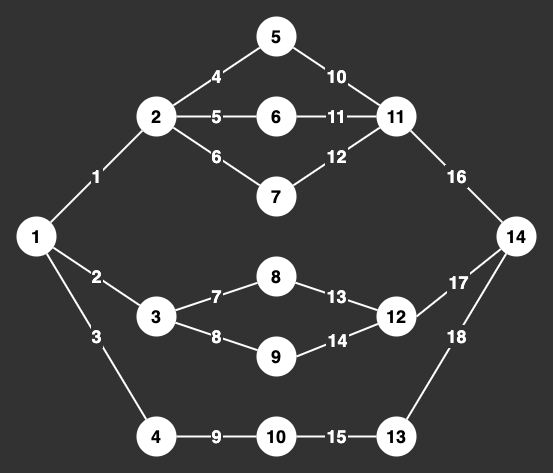
Before: tasks/task_02/graph.png, a diagram exported from draw.io (Friend-LGA/uni_course_cpp). Source tidied: cells renumbered, new cells last; positions are measured from the earlier drawing's top-left corner, leaving out a move shared by most shapes.
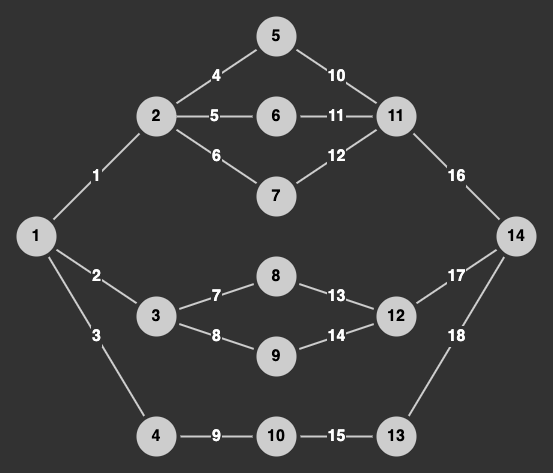
After the commit.

The edit, as a diff of the source:
```diff
@@ -2,100 +2,100 @@
   <root>
     <mxCell id="0" />
     <mxCell id="1" parent="0" />
-    <mxCell id="2" value="1" style="ellipse;whiteSpace=wrap;html=1;strokeColor=none;fontStyle=1;fontSize=18;" parent="1" vertex="1">
+    <mxCell id="2" value="1" style="ellipse;whiteSpace=wrap;html=1;strokeColor=none;fontStyle=1;fontSize=16;fillColor=#CDCDCD;" parent="1" vertex="1">
       <mxGeometry y="200" width="40" height="40" as="geometry" />
     </mxCell>
-    <mxCell id="3" value="4" style="edgeStyle=none;rounded=0;jettySize=auto;endArrow=none;endFill=0;fontSize=18;strokeWidth=2;strokeColor=#FFFFFF;labelBackgroundColor=#323232;fontColor=#FFFFFF;fontStyle=1;spacing=2;labelBorderColor=#323232;verticalAlign=middle;horizontal=1;html=1;shadow=0;" parent="1" edge="1" source="6" target="13">
+    <mxCell id="3" value="4" style="edgeStyle=none;rounded=0;jettySize=auto;endArrow=none;endFill=0;fontSize=16;strokeWidth=2;labelBackgroundColor=#323232;fontColor=#FFFFFF;fontStyle=1;spacing=2;labelBorderColor=#323232;verticalAlign=middle;horizontal=1;html=1;shadow=0;strokeColor=#CDCDCD;jumpSize=6;targetPerimeterSpacing=4;sourcePerimeterSpacing=4;" parent="1" edge="1" source="6" target="13">
       <mxGeometry relative="1" as="geometry" />
     </mxCell>
-    <mxCell id="4" value="5" style="edgeStyle=none;rounded=0;jettySize=auto;exitX=1;exitY=0.5;exitDx=0;exitDy=0;endArrow=none;endFill=0;fontSize=18;strokeWidth=2;strokeColor=#FFFFFF;labelBackgroundColor=#323232;fontColor=#FFFFFF;fontStyle=1;spacing=2;labelBorderColor=#323232;verticalAlign=middle;horizontal=1;html=1;shadow=0;" parent="1" edge="1" source="6" target="15">
+    <mxCell id="4" value="5" style="edgeStyle=none;rounded=0;jettySize=auto;exitX=1;exitY=0.5;exitDx=0;exitDy=0;endArrow=none;endFill=0;fontSize=16;strokeWidth=2;labelBackgroundColor=#323232;fontColor=#FFFFFF;fontStyle=1;spacing=2;labelBorderColor=#323232;verticalAlign=middle;horizontal=1;html=1;shadow=0;strokeColor=#CDCDCD;jumpSize=6;targetPerimeterSpacing=4;sourcePerimeterSpacing=4;" parent="1" edge="1" source="6" target="15">
       <mxGeometry relative="1" as="geometry" />
     </mxCell>
-    <mxCell id="5" value="6" style="edgeStyle=none;rounded=0;jettySize=auto;endArrow=none;endFill=0;fontSize=18;strokeWidth=2;strokeColor=#FFFFFF;labelBackgroundColor=#323232;fontColor=#FFFFFF;fontStyle=1;spacing=2;labelBorderColor=#323232;verticalAlign=middle;horizontal=1;html=1;shadow=0;" parent="1" edge="1" source="6" target="17">
+    <mxCell id="5" value="6" style="edgeStyle=none;rounded=0;jettySize=auto;endArrow=none;endFill=0;fontSize=16;strokeWidth=2;labelBackgroundColor=#323232;fontColor=#FFFFFF;fontStyle=1;spacing=2;labelBorderColor=#323232;verticalAlign=middle;horizontal=1;html=1;shadow=0;strokeColor=#CDCDCD;jumpSize=6;targetPerimeterSpacing=4;sourcePerimeterSpacing=4;" parent="1" edge="1" source="6" target="17">
       <mxGeometry relative="1" as="geometry" />
     </mxCell>
-    <mxCell id="6" value="2" style="ellipse;whiteSpace=wrap;html=1;strokeColor=none;fontStyle=1;fontSize=18;" parent="1" vertex="1">
+    <mxCell id="6" value="2" style="ellipse;whiteSpace=wrap;html=1;strokeColor=none;fontStyle=1;fontSize=16;fillColor=#CDCDCD;" parent="1" vertex="1">
       <mxGeometry x="120" y="80" width="40" height="40" as="geometry" />
     </mxCell>
-    <mxCell id="7" value="7" style="edgeStyle=none;rounded=0;jettySize=auto;endArrow=none;endFill=0;fontSize=18;strokeWidth=2;strokeColor=#FFFFFF;labelBackgroundColor=#323232;fontColor=#FFFFFF;fontStyle=1;spacing=2;labelBorderColor=#323232;verticalAlign=middle;horizontal=1;html=1;shadow=0;" parent="1" edge="1" source="9" target="19">
+    <mxCell id="7" value="7" style="edgeStyle=none;rounded=0;jettySize=auto;endArrow=none;endFill=0;fontSize=16;strokeWidth=2;labelBackgroundColor=#323232;fontColor=#FFFFFF;fontStyle=1;spacing=2;labelBorderColor=#323232;verticalAlign=middle;horizontal=1;html=1;shadow=0;strokeColor=#CDCDCD;jumpSize=6;targetPerimeterSpacing=4;sourcePerimeterSpacing=4;" parent="1" edge="1" source="9" target="19">
       <mxGeometry relative="1" as="geometry" />
     </mxCell>
-    <mxCell id="8" value="8" style="edgeStyle=none;rounded=0;jettySize=auto;endArrow=none;endFill=0;fontSize=18;strokeWidth=2;strokeColor=#FFFFFF;labelBackgroundColor=#323232;fontColor=#FFFFFF;fontStyle=1;spacing=2;labelBorderColor=#323232;verticalAlign=middle;horizontal=1;html=1;shadow=0;" parent="1" edge="1" source="9" target="21">
+    <mxCell id="8" value="8" style="edgeStyle=none;rounded=0;jettySize=auto;endArrow=none;endFill=0;fontSize=16;strokeWidth=2;labelBackgroundColor=#323232;fontColor=#FFFFFF;fontStyle=1;spacing=2;labelBorderColor=#323232;verticalAlign=middle;horizontal=1;html=1;shadow=0;strokeColor=#CDCDCD;jumpSize=6;targetPerimeterSpacing=4;sourcePerimeterSpacing=4;" parent="1" edge="1" source="9" target="21">
       <mxGeometry relative="1" as="geometry" />
     </mxCell>
-    <mxCell id="9" value="3" style="ellipse;whiteSpace=wrap;html=1;strokeColor=none;fontStyle=1;fontSize=18;" parent="1" vertex="1">
+    <mxCell id="9" value="3" style="ellipse;whiteSpace=wrap;html=1;strokeColor=none;fontStyle=1;fontSize=16;fillColor=#CDCDCD;" parent="1" vertex="1">
       <mxGeometry x="120" y="280" width="40" height="40" as="geometry" />
     </mxCell>
-    <mxCell id="10" value="9" style="edgeStyle=none;rounded=0;jettySize=auto;endArrow=none;endFill=0;fontSize=18;strokeWidth=2;strokeColor=#FFFFFF;labelBackgroundColor=#323232;fontColor=#FFFFFF;fontStyle=1;spacing=2;labelBorderColor=#323232;verticalAlign=middle;horizontal=1;html=1;shadow=0;" parent="1" edge="1" source="11" target="23">
+    <mxCell id="10" value="9" style="edgeStyle=none;rounded=0;jettySize=auto;endArrow=none;endFill=0;fontSize=16;strokeWidth=2;labelBackgroundColor=#323232;fontColor=#FFFFFF;fontStyle=1;spacing=2;labelBorderColor=#323232;verticalAlign=middle;horizontal=1;html=1;shadow=0;strokeColor=#CDCDCD;jumpSize=6;targetPerimeterSpacing=4;sourcePerimeterSpacing=4;" parent="1" edge="1" source="11" target="23">
       <mxGeometry relative="1" as="geometry" />
     </mxCell>
-    <mxCell id="11" value="4" style="ellipse;whiteSpace=wrap;html=1;strokeColor=none;fontStyle=1;fontSize=18;" parent="1" vertex="1">
+    <mxCell id="11" value="4" style="ellipse;whiteSpace=wrap;html=1;strokeColor=none;fontStyle=1;fontSize=16;fillColor=#CDCDCD;" parent="1" vertex="1">
       <mxGeometry x="120" y="400" width="40" height="40" as="geometry" />
     </mxCell>
-    <mxCell id="12" value="10" style="edgeStyle=none;rounded=0;jettySize=auto;shadow=0;sketch=0;endArrow=none;endFill=0;fontSize=18;strokeWidth=2;strokeColor=#FFFFFF;labelBackgroundColor=#323232;fontColor=#FFFFFF;fontStyle=1;spacing=2;labelBorderColor=#323232;verticalAlign=middle;horizontal=1;html=1;" parent="1" edge="1" source="13" target="25">
+    <mxCell id="12" value="10" style="edgeStyle=none;rounded=0;jettySize=auto;shadow=0;sketch=0;endArrow=none;endFill=0;fontSize=16;strokeWidth=2;labelBackgroundColor=#323232;fontColor=#FFFFFF;fontStyle=1;spacing=2;labelBorderColor=#323232;verticalAlign=middle;horizontal=1;html=1;strokeColor=#CDCDCD;jumpSize=6;targetPerimeterSpacing=4;sourcePerimeterSpacing=4;" parent="1" edge="1" source="13" target="25">
       <mxGeometry relative="1" as="geometry" />
     </mxCell>
-    <mxCell id="13" value="5" style="ellipse;whiteSpace=wrap;html=1;strokeColor=none;fontStyle=1;fontSize=18;" parent="1" vertex="1">
+    <mxCell id="13" value="5" style="ellipse;whiteSpace=wrap;html=1;strokeColor=none;fontStyle=1;fontSize=16;fillColor=#CDCDCD;" parent="1" vertex="1">
       <mxGeometry x="240" width="40" height="40" as="geometry" />
     </mxCell>
-    <mxCell id="14" value="11" style="edgeStyle=none;rounded=0;jettySize=auto;exitX=1;exitY=0.5;exitDx=0;exitDy=0;endArrow=none;endFill=0;fontSize=18;strokeWidth=2;strokeColor=#FFFFFF;labelBackgroundColor=#323232;fontColor=#FFFFFF;fontStyle=1;spacing=2;labelBorderColor=#323232;verticalAlign=middle;horizontal=1;html=1;shadow=0;" parent="1" edge="1" source="15" target="25">
+    <mxCell id="14" value="11" style="edgeStyle=none;rounded=0;jettySize=auto;endArrow=none;endFill=0;fontSize=16;strokeWidth=2;labelBackgroundColor=#323232;fontColor=#FFFFFF;fontStyle=1;spacing=2;labelBorderColor=#323232;verticalAlign=middle;horizontal=1;html=1;shadow=0;strokeColor=#CDCDCD;jumpSize=6;targetPerimeterSpacing=4;sourcePerimeterSpacing=4;" parent="1" edge="1" source="15" target="25">
       <mxGeometry relative="1" as="geometry" />
     </mxCell>
-    <mxCell id="15" value="6" style="ellipse;whiteSpace=wrap;html=1;strokeColor=none;fontStyle=1;fontSize=18;" parent="1" vertex="1">
+    <mxCell id="15" value="6" style="ellipse;whiteSpace=wrap;html=1;strokeColor=none;fontStyle=1;fontSize=16;fillColor=#CDCDCD;" parent="1" vertex="1">
       <mxGeometry x="240" y="80" width="40" height="40" as="geometry" />
     </mxCell>
-    <mxCell id="16" value="12" style="edgeStyle=none;rounded=0;jettySize=auto;endArrow=none;endFill=0;fontSize=18;strokeWidth=2;strokeColor=#FFFFFF;labelBackgroundColor=#323232;fontColor=#FFFFFF;fontStyle=1;spacing=2;labelBorderColor=#323232;verticalAlign=middle;horizontal=1;html=1;shadow=0;" parent="1" edge="1" source="17" target="25">
+    <mxCell id="16" value="12" style="edgeStyle=none;rounded=0;jettySize=auto;endArrow=none;endFill=0;fontSize=16;strokeWidth=2;labelBackgroundColor=#323232;fontColor=#FFFFFF;fontStyle=1;spacing=2;labelBorderColor=#323232;verticalAlign=middle;horizontal=1;html=1;shadow=0;strokeColor=#CDCDCD;jumpSize=6;targetPerimeterSpacing=4;sourcePerimeterSpacing=4;" parent="1" edge="1" source="17" target="25">
       <mxGeometry relative="1" as="geometry" />
     </mxCell>
-    <mxCell id="17" value="7" style="ellipse;whiteSpace=wrap;html=1;strokeColor=none;fontStyle=1;fontSize=18;" parent="1" vertex="1">
+    <mxCell id="17" value="7" style="ellipse;whiteSpace=wrap;html=1;strokeColor=none;fontStyle=1;fontSize=16;fillColor=#CDCDCD;" parent="1" vertex="1">
       <mxGeometry x="240" y="160" width="40" height="40" as="geometry" />
     </mxCell>
-    <mxCell id="18" value="13" style="edgeStyle=none;rounded=0;jettySize=auto;endArrow=none;endFill=0;fontSize=18;strokeWidth=2;strokeColor=#FFFFFF;labelBackgroundColor=#323232;fontColor=#FFFFFF;fontStyle=1;spacing=2;labelBorderColor=#323232;verticalAlign=middle;horizontal=1;html=1;shadow=0;" parent="1" edge="1" source="19" target="27">
+    <mxCell id="18" value="13" style="edgeStyle=none;rounded=0;jettySize=auto;endArrow=none;endFill=0;fontSize=16;strokeWidth=2;labelBackgroundColor=#323232;fontColor=#FFFFFF;fontStyle=1;spacing=2;labelBorderColor=#323232;verticalAlign=middle;horizontal=1;html=1;shadow=0;strokeColor=#CDCDCD;jumpSize=6;targetPerimeterSpacing=4;sourcePerimeterSpacing=4;" parent="1" edge="1" source="19" target="27">
       <mxGeometry relative="1" as="geometry" />
     </mxCell>
-    <mxCell id="19" value="8" style="ellipse;whiteSpace=wrap;html=1;strokeColor=none;fontStyle=1;fontSize=18;" parent="1" vertex="1">
+    <mxCell id="19" value="8" style="ellipse;whiteSpace=wrap;html=1;strokeColor=none;fontStyle=1;fontSize=16;fillColor=#CDCDCD;" parent="1" vertex="1">
       <mxGeometry x="240" y="240" width="40" height="40" as="geometry" />
     </mxCell>
-    <mxCell id="20" value="14" style="edgeStyle=none;rounded=0;jettySize=auto;exitX=1;exitY=0.5;exitDx=0;exitDy=0;endArrow=none;endFill=0;fontSize=18;strokeWidth=2;strokeColor=#FFFFFF;labelBackgroundColor=#323232;fontColor=#FFFFFF;fontStyle=1;spacing=2;labelBorderColor=#323232;verticalAlign=middle;horizontal=1;html=1;shadow=0;" parent="1" edge="1" source="21" target="27">
+    <mxCell id="20" value="14" style="edgeStyle=none;rounded=0;jettySize=auto;endArrow=none;endFill=0;fontSize=16;strokeWidth=2;labelBackgroundColor=#323232;fontColor=#FFFFFF;fontStyle=1;spacing=2;labelBorderColor=#323232;verticalAlign=middle;horizontal=1;html=1;shadow=0;strokeColor=#CDCDCD;jumpSize=6;targetPerimeterSpacing=4;sourcePerimeterSpacing=4;" parent="1" edge="1" source="21" target="27">
       <mxGeometry relative="1" as="geometry" />
     </mxCell>
-    <mxCell id="21" value="9" style="ellipse;whiteSpace=wrap;html=1;strokeColor=none;fontStyle=1;fontSize=18;" parent="1" vertex="1">
+    <mxCell id="21" value="9" style="ellipse;whiteSpace=wrap;html=1;strokeColor=none;fontStyle=1;fontSize=16;fillColor=#CDCDCD;" parent="1" vertex="1">
       <mxGeometry x="240" y="320" width="40" height="40" as="geometry" />
     </mxCell>
-    <mxCell id="22" value="15" style="edgeStyle=none;rounded=0;jettySize=auto;endArrow=none;endFill=0;fontSize=18;strokeWidth=2;strokeColor=#FFFFFF;labelBackgroundColor=#323232;fontColor=#FFFFFF;fontStyle=1;spacing=2;labelBorderColor=#323232;verticalAlign=middle;horizontal=1;html=1;shadow=0;" parent="1" edge="1" source="23" target="29">
+    <mxCell id="22" value="15" style="edgeStyle=none;rounded=0;jettySize=auto;endArrow=none;endFill=0;fontSize=16;strokeWidth=2;labelBackgroundColor=#323232;fontColor=#FFFFFF;fontStyle=1;spacing=2;labelBorderColor=#323232;verticalAlign=middle;horizontal=1;html=1;shadow=0;strokeColor=#CDCDCD;jumpSize=6;targetPerimeterSpacing=4;sourcePerimeterSpacing=4;" parent="1" edge="1" source="23" target="29">
       <mxGeometry relative="1" as="geometry" />
     </mxCell>
-    <mxCell id="23" value="10" style="ellipse;whiteSpace=wrap;html=1;strokeColor=none;fontStyle=1;fontSize=18;" parent="1" vertex="1">
+    <mxCell id="23" value="10" style="ellipse;whiteSpace=wrap;html=1;strokeColor=none;fontStyle=1;fontSize=16;fillColor=#CDCDCD;" parent="1" vertex="1">
       <mxGeometry x="240" y="400" width="40" height="40" as="geometry" />
     </mxCell>
-    <mxCell id="24" value="16" style="edgeStyle=none;rounded=0;jettySize=auto;endArrow=none;endFill=0;fontSize=18;strokeWidth=2;strokeColor=#FFFFFF;labelBackgroundColor=#323232;fontColor=#FFFFFF;fontStyle=1;spacing=2;labelBorderColor=#323232;verticalAlign=middle;horizontal=1;html=1;shadow=0;" parent="1" edge="1" source="25" target="30">
+    <mxCell id="24" value="16" style="edgeStyle=none;rounded=0;jettySize=auto;endArrow=none;endFill=0;fontSize=16;strokeWidth=2;labelBackgroundColor=#323232;fontColor=#FFFFFF;fontStyle=1;spacing=2;labelBorderColor=#323232;verticalAlign=middle;horizontal=1;html=1;shadow=0;strokeColor=#CDCDCD;jumpSize=6;targetPerimeterSpacing=4;sourcePerimeterSpacing=4;" parent="1" edge="1" source="25" target="30">
       <mxGeometry relative="1" as="geometry" />
     </mxCell>
-    <mxCell id="25" value="11" style="ellipse;whiteSpace=wrap;html=1;strokeColor=none;fontStyle=1;fontSize=18;" parent="1" vertex="1">
+    <mxCell id="25" value="11" style="ellipse;whiteSpace=wrap;html=1;strokeColor=none;fontStyle=1;fontSize=16;fillColor=#CDCDCD;" parent="1" vertex="1">
       <mxGeometry x="360" y="80" width="40" height="40" as="geometry" />
     </mxCell>
-    <mxCell id="26" value="17" style="edgeStyle=none;rounded=0;jettySize=auto;exitX=1;exitY=0.5;exitDx=0;exitDy=0;endArrow=none;endFill=0;fontSize=18;strokeWidth=2;strokeColor=#FFFFFF;labelBackgroundColor=#323232;fontColor=#FFFFFF;fontStyle=1;spacing=2;labelBorderColor=#323232;verticalAlign=middle;horizontal=1;html=1;shadow=0;" parent="1" edge="1" source="27" target="30">
+    <mxCell id="26" value="17" style="edgeStyle=none;rounded=0;jettySize=auto;endArrow=none;endFill=0;fontSize=16;strokeWidth=2;labelBackgroundColor=#323232;fontColor=#FFFFFF;fontStyle=1;spacing=2;labelBorderColor=#323232;verticalAlign=middle;horizontal=1;html=1;shadow=0;strokeColor=#CDCDCD;jumpSize=6;targetPerimeterSpacing=4;sourcePerimeterSpacing=4;" parent="1" edge="1" source="27" target="30">
       <mxGeometry relative="1" as="geometry" />
     </mxCell>
-    <mxCell id="27" value="12" style="ellipse;whiteSpace=wrap;html=1;strokeColor=none;fontStyle=1;fontSize=18;" parent="1" vertex="1">
+    <mxCell id="27" value="12" style="ellipse;whiteSpace=wrap;html=1;strokeColor=none;fontStyle=1;fontSize=16;fillColor=#CDCDCD;" parent="1" vertex="1">
       <mxGeometry x="360" y="280" width="40" height="40" as="geometry" />
     </mxCell>
-    <mxCell id="28" value="18" style="edgeStyle=none;rounded=0;jettySize=auto;endArrow=none;endFill=0;fontSize=18;strokeWidth=2;strokeColor=#FFFFFF;labelBackgroundColor=#323232;fontColor=#FFFFFF;fontStyle=1;spacing=2;labelBorderColor=#323232;verticalAlign=middle;horizontal=1;html=1;shadow=0;" parent="1" edge="1" source="29" target="30">
+    <mxCell id="28" value="18" style="edgeStyle=none;rounded=0;jettySize=auto;endArrow=none;endFill=0;fontSize=16;strokeWidth=2;labelBackgroundColor=#323232;fontColor=#FFFFFF;fontStyle=1;spacing=2;labelBorderColor=#323232;verticalAlign=middle;horizontal=1;html=1;shadow=0;strokeColor=#CDCDCD;jumpSize=6;targetPerimeterSpacing=4;sourcePerimeterSpacing=4;" parent="1" edge="1" source="29" target="30">
       <mxGeometry relative="1" as="geometry" />
     </mxCell>
-    <mxCell id="29" value="13" style="ellipse;whiteSpace=wrap;html=1;strokeColor=none;fontStyle=1;fontSize=18;" parent="1" vertex="1">
+    <mxCell id="29" value="13" style="ellipse;whiteSpace=wrap;html=1;strokeColor=none;fontStyle=1;fontSize=16;fillColor=#CDCDCD;" parent="1" vertex="1">
       <mxGeometry x="360" y="400" width="40" height="40" as="geometry" />
     </mxCell>
-    <mxCell id="30" value="14" style="ellipse;whiteSpace=wrap;html=1;strokeColor=none;fontStyle=1;fontSize=18;" parent="1" vertex="1">
+    <mxCell id="30" value="14" style="ellipse;whiteSpace=wrap;html=1;strokeColor=none;fontStyle=1;fontSize=16;fillColor=#CDCDCD;" parent="1" vertex="1">
       <mxGeometry x="480" y="200" width="40" height="40" as="geometry" />
     </mxCell>
-    <mxCell id="31" value="1" style="shadow=0;endArrow=none;endFill=0;fontSize=18;strokeWidth=2;strokeColor=#FFFFFF;labelBackgroundColor=#323232;fontColor=#FFFFFF;fontStyle=1;spacing=2;labelBorderColor=#323232;verticalAlign=middle;horizontal=1;html=1;" parent="1" edge="1" source="2" target="6">
+    <mxCell id="31" value="1" style="shadow=0;endArrow=none;endFill=0;fontSize=16;strokeWidth=2;labelBackgroundColor=#323232;fontColor=#FFFFFF;fontStyle=1;spacing=2;labelBorderColor=#323232;verticalAlign=middle;horizontal=1;html=1;strokeColor=#CDCDCD;jumpSize=6;targetPerimeterSpacing=4;sourcePerimeterSpacing=4;" parent="1" edge="1" source="2" target="6">
       <mxGeometry relative="1" as="geometry" />
     </mxCell>
-    <mxCell id="32" value="2" style="endArrow=none;endFill=0;fontSize=18;strokeWidth=2;strokeColor=#FFFFFF;labelBackgroundColor=#323232;fontColor=#FFFFFF;fontStyle=1;spacing=2;labelBorderColor=#323232;verticalAlign=middle;horizontal=1;html=1;shadow=0;" parent="1" edge="1" source="2" target="9">
+    <mxCell id="32" value="2" style="endArrow=none;endFill=0;fontSize=16;strokeWidth=2;labelBackgroundColor=#323232;fontColor=#FFFFFF;fontStyle=1;spacing=2;labelBorderColor=#323232;verticalAlign=middle;horizontal=1;html=1;shadow=0;strokeColor=#CDCDCD;jumpSize=6;targetPerimeterSpacing=4;sourcePerimeterSpacing=4;" parent="1" edge="1" source="2" target="9">
       <mxGeometry relative="1" as="geometry" />
     </mxCell>
-    <mxCell id="33" value="3" style="endArrow=none;endFill=0;fontSize=18;strokeWidth=2;strokeColor=#FFFFFF;labelBackgroundColor=#323232;fontColor=#FFFFFF;fontStyle=1;spacing=2;labelBorderColor=#323232;verticalAlign=middle;horizontal=1;html=1;shadow=0;" parent="1" edge="1" source="2" target="11">
+    <mxCell id="33" value="3" style="endArrow=none;endFill=0;fontSize=16;strokeWidth=2;labelBackgroundColor=#323232;fontColor=#FFFFFF;fontStyle=1;spacing=2;labelBorderColor=#323232;verticalAlign=middle;horizontal=1;html=1;shadow=0;strokeColor=#CDCDCD;jumpSize=6;targetPerimeterSpacing=4;sourcePerimeterSpacing=4;" parent="1" edge="1" source="2" target="11">
       <mxGeometry relative="1" as="geometry" />
     </mxCell>
   </root>
```
